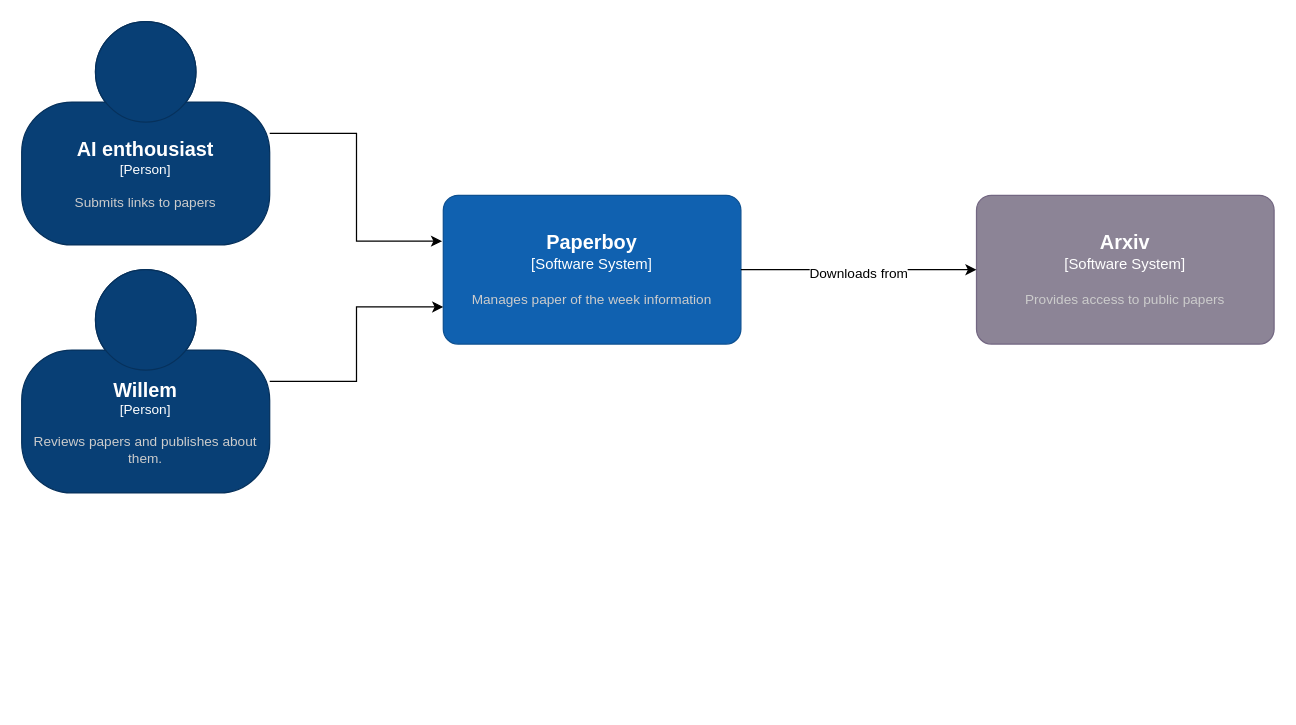
wmeints/paperboy keeps this draw.io diagram as docs/diagrams/architecture.drawio. Above is the earlier version. Source tidied: cells renumbered, new cells numbered last; positions are measured from the earlier drawing's top-left corner, leaving out a move shared by most shapes. Both pictures are drawn from the tidied source at 124%, with x=0, y=0 at pixel (21, 21).
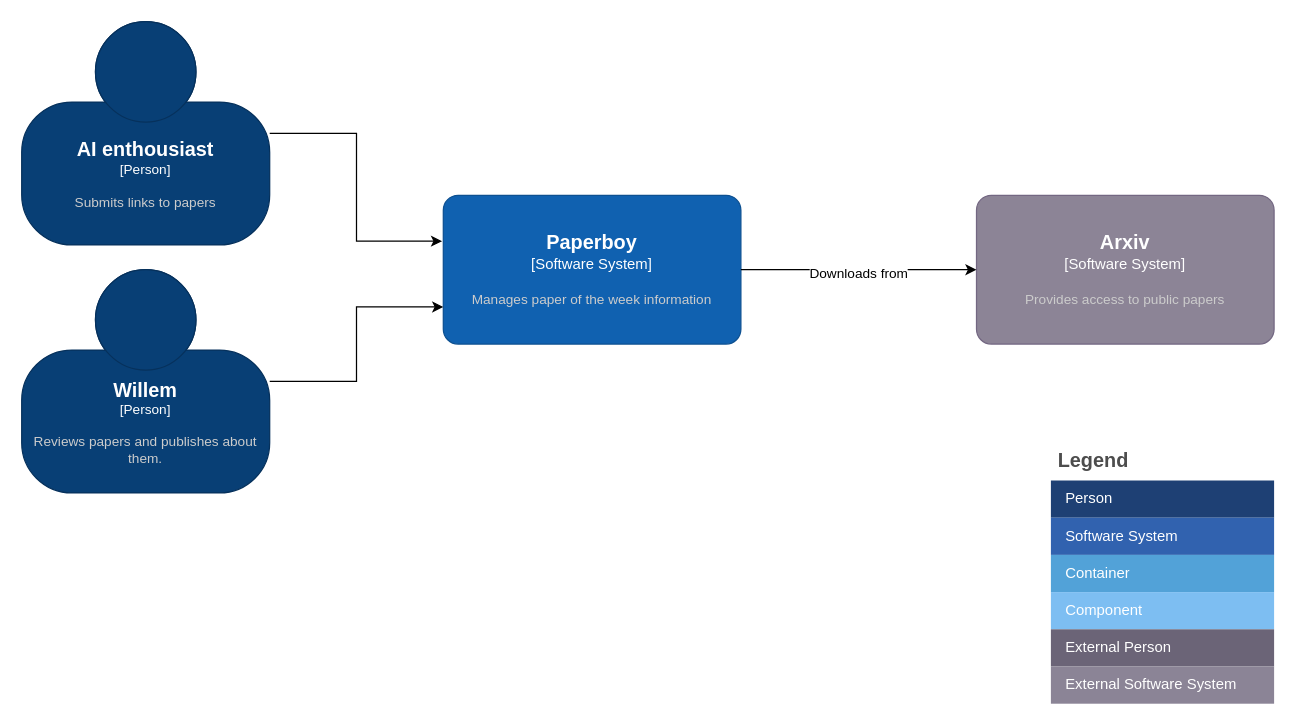
The same page after the edit.

Change to the diagram source:
```diff
@@
+    <mxCell id="10" value="Legend" style="shape=table;startSize=30;childLayout=tableLayout;fontSize=16;align=left;verticalAlign=top;fillColor=none;strokeColor=none;fontColor=#4D4D4D;fontStyle=1;spacingLeft=6;spacing=0;" parent="1" vertex="1">
+      <mxGeometry x="830" y="340" width="180" height="210" as="geometry" />
+    </mxCell>
+    <mxCell id="11" style="shape=tableRow;horizontal=0;startSize=0;swimlaneHead=0;swimlaneBody=0;strokeColor=inherit;top=0;left=0;bottom=0;right=0;fillColor=none;fontSize=12;" parent="10" vertex="1">
+      <mxGeometry y="30" width="180" height="30" as="geometry" />
+    </mxCell>
+    <mxCell id="12" value="Person" style="shape=partialRectangle;html=1;whiteSpace=wrap;strokeColor=inherit;overflow=hidden;fillColor=#1E4074;top=0;left=0;bottom=0;right=0;fontSize=12;align=left;fontColor=#FFFFFF;gradientColor=none;spacingLeft=10;spacingRight=4;" parent="11" vertex="1">
+      <mxGeometry width="180" height="30" as="geometry" />
+    </mxCell>
+    <mxCell id="13" style="shape=tableRow;horizontal=0;startSize=0;swimlaneHead=0;swimlaneBody=0;strokeColor=inherit;top=0;left=0;bottom=0;right=0;fillColor=none;fontSize=12;" parent="10" vertex="1">
+      <mxGeometry y="60" width="180" height="30" as="geometry" />
+    </mxCell>
+    <mxCell id="14" value="Software System" style="shape=partialRectangle;html=1;whiteSpace=wrap;strokeColor=inherit;overflow=hidden;fillColor=#3162AF;top=0;left=0;bottom=0;right=0;fontSize=12;align=left;fontColor=#FFFFFF;gradientColor=none;spacingLeft=10;spacingRight=4;" parent="13" vertex="1">
+      <mxGeometry width="180" height="30" as="geometry" />
+    </mxCell>
+    <mxCell id="15" style="shape=tableRow;horizontal=0;startSize=0;swimlaneHead=0;swimlaneBody=0;strokeColor=inherit;top=0;left=0;bottom=0;right=0;fillColor=none;fontSize=12;" parent="10" vertex="1">
+      <mxGeometry y="90" width="180" height="30" as="geometry" />
+    </mxCell>
+    <mxCell id="16" value="Container" style="shape=partialRectangle;html=1;whiteSpace=wrap;strokeColor=inherit;overflow=hidden;fillColor=#52a2d8;top=0;left=0;bottom=0;right=0;fontSize=12;align=left;fontColor=#FFFFFF;gradientColor=none;spacingLeft=10;spacingRight=4;" parent="15" vertex="1">
+      <mxGeometry width="180" height="30" as="geometry" />
+    </mxCell>
+    <mxCell id="17" style="shape=tableRow;horizontal=0;startSize=0;swimlaneHead=0;swimlaneBody=0;strokeColor=inherit;top=0;left=0;bottom=0;right=0;fillColor=none;fontSize=12;" parent="10" vertex="1">
+      <mxGeometry y="120" width="180" height="30" as="geometry" />
+    </mxCell>
+    <mxCell id="18" value="Component" style="shape=partialRectangle;html=1;whiteSpace=wrap;strokeColor=inherit;overflow=hidden;fillColor=#7dbef2;top=0;left=0;bottom=0;right=0;fontSize=12;align=left;fontColor=#FFFFFF;gradientColor=none;spacingLeft=10;spacingRight=4;" parent="17" vertex="1">
+      <mxGeometry width="180" height="30" as="geometry" />
+    </mxCell>
+    <mxCell id="19" style="shape=tableRow;horizontal=0;startSize=0;swimlaneHead=0;swimlaneBody=0;strokeColor=inherit;top=0;left=0;bottom=0;right=0;fillColor=none;fontSize=12;" parent="10" vertex="1">
+      <mxGeometry y="150" width="180" height="30" as="geometry" />
+    </mxCell>
+    <mxCell id="20" value="External Person" style="shape=partialRectangle;html=1;whiteSpace=wrap;strokeColor=inherit;overflow=hidden;fillColor=#6b6477;top=0;left=0;bottom=0;right=0;fontSize=12;align=left;fontColor=#FFFFFF;gradientColor=none;spacingLeft=10;spacingRight=4;" parent="19" vertex="1">
+      <mxGeometry width="180" height="30" as="geometry" />
+    </mxCell>
+    <mxCell id="21" style="shape=tableRow;horizontal=0;startSize=0;swimlaneHead=0;swimlaneBody=0;strokeColor=inherit;top=0;left=0;bottom=0;right=0;fillColor=none;fontSize=12;" parent="10" vertex="1">
+      <mxGeometry y="180" width="180" height="30" as="geometry" />
+    </mxCell>
+    <mxCell id="22" value="External Software System" style="shape=partialRectangle;html=1;whiteSpace=wrap;strokeColor=inherit;overflow=hidden;fillColor=#8b8496;top=0;left=0;bottom=0;right=0;fontSize=12;align=left;fontColor=#FFFFFF;gradientColor=none;spacingLeft=10;spacingRight=4;" parent="21" vertex="1">
+      <mxGeometry width="180" height="30" as="geometry" />
+    </mxCell>
```
